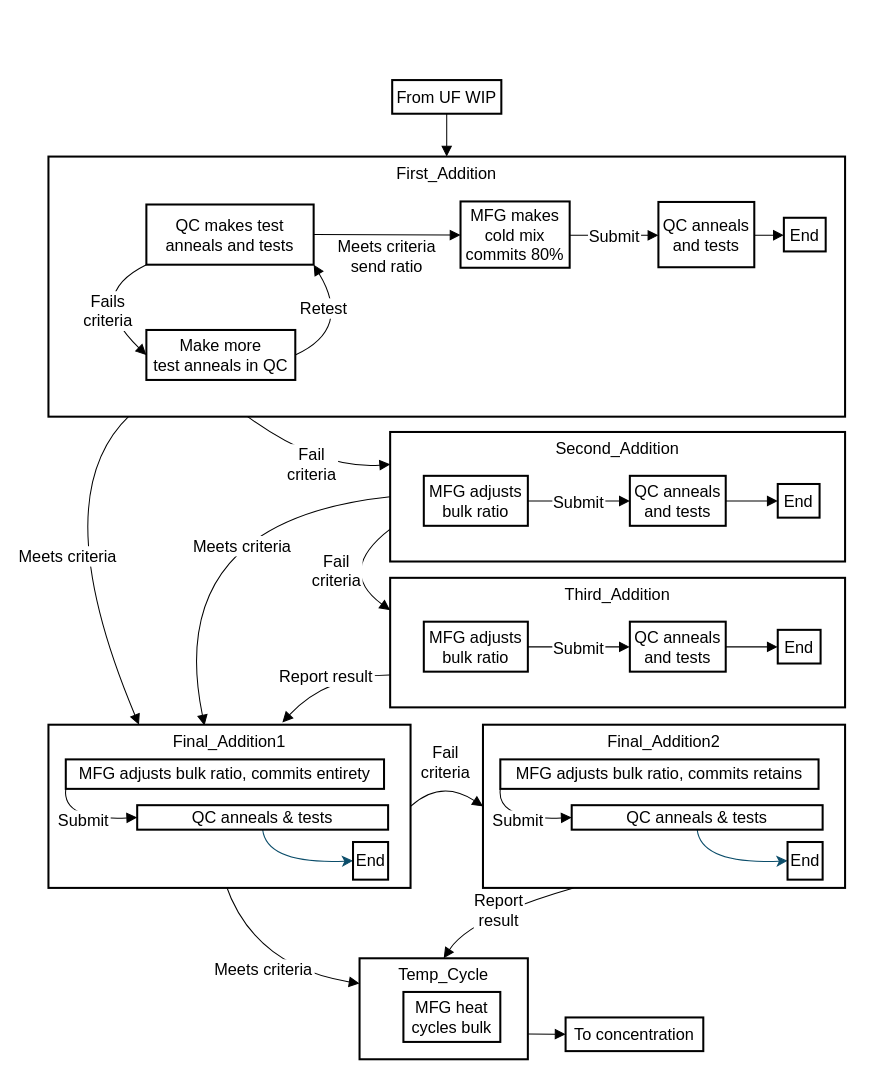
Earlier version of the draw.io diagram Flows.drawio (jeffspc88mx/MiscStuff). Source tidied: cells renumbered, new cells numbered last; positions are measured from the earlier drawing's top-left corner, leaving out a move shared by most shapes. Both pictures are drawn from the tidied source at 102%, with x=0, y=0 at pixel (43, 80).
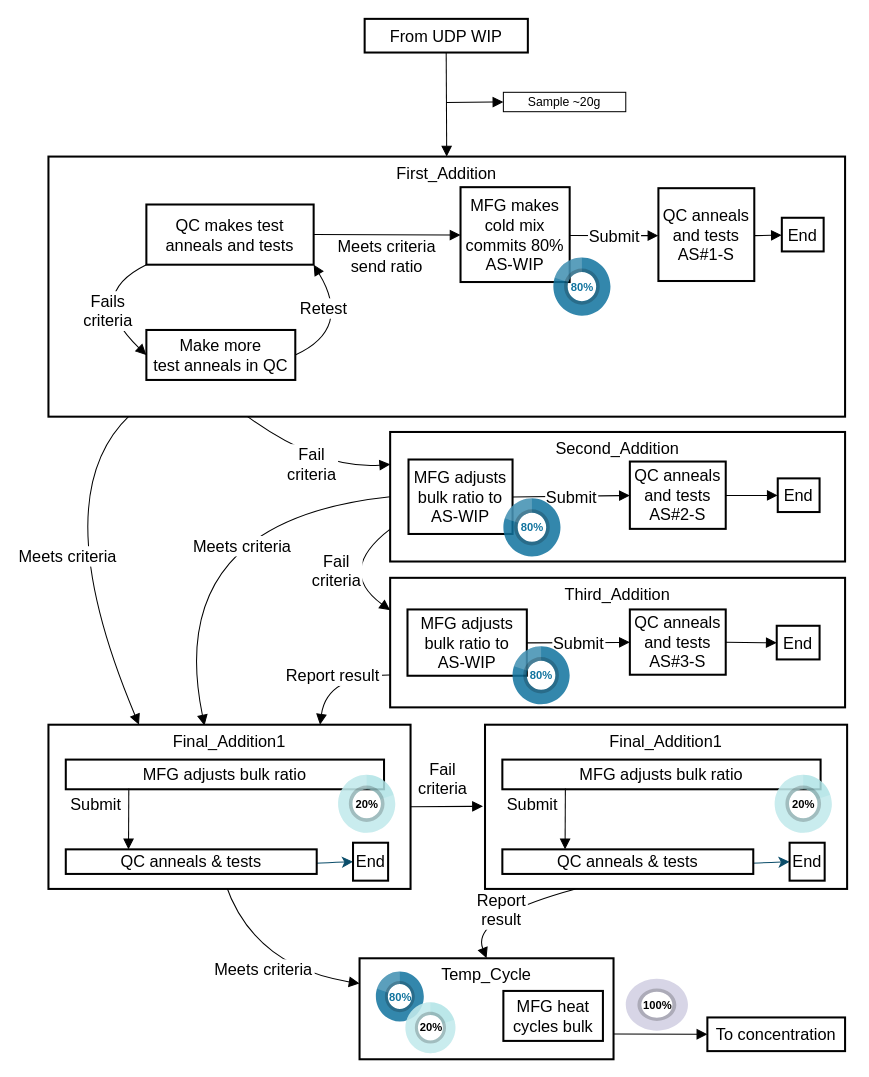
After the change.

The change refers to these unchanged cells:
```xml
<mxCell id="4" value="Third_Addition" style="whiteSpace=wrap;strokeWidth=2;verticalAlign=top;fontSize=16;" parent="1" vertex="1">
  <mxGeometry x="340" y="488" width="446" height="127" as="geometry" />
</mxCell>
<mxCell id="17" style="group;fontSize=16;" parent="1" vertex="1">
  <mxGeometry x="5" y="75" width="781" height="255" as="geometry" />
</mxCell>
```

Diff of the diagram source:
```diff
@@
     <mxCell id="2" value="Temp_Cycle" style="whiteSpace=wrap;strokeWidth=2;verticalAlign=top;fontSize=16;" parent="1" vertex="1">
-      <mxGeometry x="310" y="861" width="165" height="99" as="geometry" />
+      <mxGeometry x="310" y="861" width="249" height="99" as="geometry" />
     </mxCell>
     <mxCell id="3" value="MFG heat&#10;cycles bulk" style="whiteSpace=wrap;strokeWidth=2;fontSize=16;" parent="2" vertex="1">
-      <mxGeometry x="43" y="33" width="95" height="49" as="geometry" />
+      <mxGeometry x="141" y="32" width="97.6" height="49" as="geometry" />
     </mxCell>
+    <mxCell id="54" value="80%" style="verticalLabelPosition=middle;verticalAlign=middle;html=1;shape=mxgraph.infographic.partConcEllipse;fillColor=#10739E;strokeColor=default;startAngle=0;endAngle=.8;arcWidth=0.5;fontSize=11;fontColor=#10739E;align=center;fontStyle=1;perimeterSpacing=0;strokeWidth=0;shadow=0;fillOpacity=85;strokeOpacity=0;" parent="2" vertex="1">
+      <mxGeometry x="16" y="13" width="47" height="49" as="geometry" />
+    </mxCell>
+    <mxCell id="55" value="20%" style="verticalLabelPosition=middle;verticalAlign=middle;html=1;shape=mxgraph.infographic.partConcEllipse;fillColor=#b0e3e6;strokeColor=#0e8088;startAngle=0;endAngle=0.20;arcWidth=0.5;fontSize=11;align=center;fontStyle=1;perimeterSpacing=0;strokeWidth=0;shadow=0;fillOpacity=85;strokeOpacity=0;" parent="2" vertex="1">
+      <mxGeometry x="45" y="43" width="49" height="50" as="geometry" />
+    </mxCell>
@@
-    <mxCell id="6" value="From UF WIP" style="whiteSpace=wrap;strokeWidth=2;fontSize=16;" parent="1" vertex="1">
-      <mxGeometry x="342" width="107" height="33" as="geometry" />
+    <mxCell id="6" value="From UDP WIP" style="whiteSpace=wrap;strokeWidth=2;fontSize=16;" parent="1" vertex="1">
+      <mxGeometry x="315" y="-60" width="160" height="33" as="geometry" />
     </mxCell>
     <mxCell id="7" value="To concentration" style="whiteSpace=wrap;strokeWidth=2;fontSize=16;" parent="1" vertex="1">
-      <mxGeometry x="512" y="919" width="135" height="33" as="geometry" />
+      <mxGeometry x="651" y="919" width="135" height="33" as="geometry" />
     </mxCell>
@@
-    <mxCell id="12" value="Report result" style="curved=1;startArrow=none;endArrow=block;exitX=0;exitY=0.75;entryX=0.646;entryY=-0.014;rounded=0;fontSize=16;startSize=8;endSize=8;exitDx=0;exitDy=0;entryDx=0;entryDy=0;entryPerimeter=0;" parent="1" edge="1" source="4" target="47">
+    <mxCell id="12" value="Report result" style="curved=1;startArrow=none;endArrow=block;exitX=0;exitY=0.75;entryX=0.75;entryY=0;rounded=0;fontSize=16;startSize=8;endSize=8;exitDx=0;exitDy=0;entryDx=0;entryDy=0;" parent="1" edge="1" source="4" target="47">
       <mxGeometry relative="1" as="geometry">
         <Array as="points">
           <mxPoint x="278" y="583" />
         </Array>
       </mxGeometry>
     </mxCell>
@@
-    <mxCell id="14" value="Fail&#10;criteria" style="curved=1;startArrow=none;endArrow=block;exitX=1;exitY=0.5;entryX=0;entryY=0.5;rounded=0;fontSize=16;startSize=8;endSize=8;exitDx=0;exitDy=0;entryDx=0;entryDy=0;" parent="1" edge="1" source="47" target="40">
-      <mxGeometry x="-0.1" y="18" relative="1" as="geometry">
-        <Array as="points">
-          <mxPoint x="390" y="685" />
-        </Array>
-        <mxPoint x="-5" y="-2" as="offset" />
+    <mxCell id="14" value="Fail&#10;criteria" style="curved=1;startArrow=none;endArrow=block;exitX=1;exitY=0.5;entryX=0;entryY=0.5;rounded=0;fontSize=16;startSize=8;endSize=8;exitDx=0;exitDy=0;entryDx=0;entryDy=0;" parent="1" edge="1" source="47">
+      <mxGeometry x="-0.09" y="28" relative="1" as="geometry">
+        <mxPoint x="431" y="712" as="targetPoint" />
       </mxGeometry>
     </mxCell>
-    <mxCell id="15" value="Report&#10;result" style="curved=1;startArrow=none;endArrow=block;exitX=0.25;exitY=1;entryX=0.5;entryY=0;rounded=0;fontSize=16;startSize=8;endSize=8;exitDx=0;exitDy=0;entryDx=0;entryDy=0;fontColor=default;" parent="1" edge="1" source="40" target="2">
+    <mxCell id="15" value="Report&#10;result" style="curved=1;startArrow=none;endArrow=block;exitX=0.25;exitY=1;entryX=0.5;entryY=0;rounded=0;fontSize=16;startSize=8;endSize=8;exitDx=0;exitDy=0;entryDx=0;entryDy=0;fontColor=default;" parent="1" edge="1" source="63" target="2">
       <mxGeometry relative="1" as="geometry">
         <Array as="points">
           <mxPoint x="419" y="821" />
         </Array>
       </mxGeometry>
     </mxCell>
@@
-    <mxCell id="21" value="MFG makes&#10;cold mix&#10;commits 80%" style="whiteSpace=wrap;strokeWidth=2;fontSize=16;" parent="17" vertex="1">
-      <mxGeometry x="404" y="44" width="107" height="65" as="geometry" />
+    <mxCell id="21" value="MFG makes&#10;cold mix&#10;commits 80%&#10;AS-WIP" style="whiteSpace=wrap;strokeWidth=2;fontSize=16;verticalAlign=middle;" parent="17" vertex="1">
+      <mxGeometry x="404" y="30" width="107" height="93" as="geometry" />
     </mxCell>
-    <mxCell id="22" value="QC anneals&#10;and tests" style="whiteSpace=wrap;strokeWidth=2;fontSize=16;" parent="17" vertex="1">
-      <mxGeometry x="598" y="44.5" width="94" height="64" as="geometry" />
+    <mxCell id="22" value="QC anneals&#10;and tests&#10;AS#1-S" style="whiteSpace=wrap;strokeWidth=2;fontSize=16;" parent="17" vertex="1">
+      <mxGeometry x="598" y="31" width="94" height="91" as="geometry" />
     </mxCell>
     <mxCell id="23" value="End" style="whiteSpace=wrap;strokeWidth=2;fontSize=16;" parent="17" vertex="1">
-      <mxGeometry x="721" y="60" width="41" height="33" as="geometry" />
+      <mxGeometry x="719" y="60" width="41" height="33" as="geometry" />
     </mxCell>
@@
+    <mxCell id="56" value="80%" style="verticalLabelPosition=middle;verticalAlign=middle;html=1;shape=mxgraph.infographic.partConcEllipse;fillColor=#10739E;strokeColor=default;startAngle=0;endAngle=.8;arcWidth=0.5;fontSize=11;fontColor=#10739E;align=center;fontStyle=1;perimeterSpacing=0;strokeWidth=0;shadow=0;fillOpacity=85;strokeOpacity=0;" parent="17" vertex="1">
+      <mxGeometry x="495" y="99" width="56" height="57" as="geometry" />
+    </mxCell>
-    <mxCell id="29" value="MFG adjusts&#10;bulk ratio" style="whiteSpace=wrap;strokeWidth=2;fontSize=16;" parent="1" vertex="1">
-      <mxGeometry x="373" y="388" width="102" height="49" as="geometry" />
+    <mxCell id="29" value="MFG adjusts&#10;bulk ratio to AS-WIP" style="whiteSpace=wrap;strokeWidth=2;fontSize=16;" parent="1" vertex="1">
+      <mxGeometry x="358" y="372" width="102" height="73" as="geometry" />
     </mxCell>
-    <mxCell id="30" value="QC anneals&#10;and tests" style="whiteSpace=wrap;strokeWidth=2;fontSize=16;" parent="1" vertex="1">
-      <mxGeometry x="575" y="388" width="94" height="49" as="geometry" />
+    <mxCell id="30" value="QC anneals&#10;and tests&#10;AS#2-S" style="whiteSpace=wrap;strokeWidth=2;fontSize=16;" parent="1" vertex="1">
+      <mxGeometry x="575" y="374" width="94" height="66" as="geometry" />
     </mxCell>
     <mxCell id="31" value="End" style="whiteSpace=wrap;strokeWidth=2;fontSize=16;" parent="1" vertex="1">
-      <mxGeometry x="720" y="396" width="41" height="33" as="geometry" />
+      <mxGeometry x="720" y="390.5" width="41" height="33" as="geometry" />
     </mxCell>
@@
-    <mxCell id="34" value="MFG adjusts&#10;bulk ratio" style="whiteSpace=wrap;strokeWidth=2;fontSize=16;" parent="1" vertex="1">
-      <mxGeometry x="373" y="531" width="102" height="49" as="geometry" />
+    <mxCell id="34" value="MFG adjusts&#10;bulk ratio to &#10;AS-WIP" style="whiteSpace=wrap;strokeWidth=2;fontSize=16;" parent="1" vertex="1">
+      <mxGeometry x="357" y="519" width="117" height="65" as="geometry" />
     </mxCell>
-    <mxCell id="35" value="QC anneals&#10;and tests" style="whiteSpace=wrap;strokeWidth=2;fontSize=16;" parent="1" vertex="1">
-      <mxGeometry x="575" y="531" width="94" height="49" as="geometry" />
+    <mxCell id="35" value="QC anneals&#10;and tests&#10;AS#3-S" style="whiteSpace=wrap;strokeWidth=2;fontSize=16;" parent="1" vertex="1">
+      <mxGeometry x="575" y="519" width="94" height="64" as="geometry" />
     </mxCell>
     <mxCell id="36" value="End" style="whiteSpace=wrap;strokeWidth=2;fontSize=16;" parent="1" vertex="1">
-      <mxGeometry x="720" y="539" width="42" height="33" as="geometry" />
+      <mxGeometry x="719" y="535" width="42" height="33" as="geometry" />
     </mxCell>
@@
-    <mxCell id="39" style="group;fontSize=16;" parent="1" vertex="1">
-      <mxGeometry x="431" y="632" width="355" height="160" as="geometry" />
-    </mxCell>
-    <mxCell id="40" value="Final_Addition2" style="whiteSpace=wrap;strokeWidth=2;verticalAlign=top;fontSize=16;" parent="39" vertex="1">
-      <mxGeometry width="355" height="160" as="geometry" />
-    </mxCell>
-    <mxCell id="41" style="edgeStyle=none;curved=1;rounded=0;jettySize=auto;html=1;exitX=0.5;exitY=1;exitDx=0;exitDy=0;strokeColor=#0B4D6A;fontSize=16;startSize=8;endSize=8;entryX=0;entryY=0.5;entryDx=0;entryDy=0;" parent="39" edge="1" source="42" target="44">
-      <mxGeometry relative="1" as="geometry">
-        <Array as="points">
-          <mxPoint x="214" y="137" />
-        </Array>
-      </mxGeometry>
-    </mxCell>
-    <mxCell id="42" value="QC anneals &amp; tests" style="whiteSpace=wrap;strokeWidth=2;fontSize=16;" parent="39" vertex="1">
-      <mxGeometry x="87" y="78.9" width="246" height="24" as="geometry" />
-    </mxCell>
-    <mxCell id="43" value="MFG adjusts bulk ratio, commits retains" style="whiteSpace=wrap;strokeWidth=2;fontSize=16;" parent="39" vertex="1">
-      <mxGeometry x="17" y="34" width="312" height="28.9" as="geometry" />
-    </mxCell>
-    <mxCell id="44" value="End" style="whiteSpace=wrap;strokeWidth=2;fontSize=16;" parent="39" vertex="1">
-      <mxGeometry x="298.6" y="115" width="34.4" height="36.9" as="geometry" />
-    </mxCell>
-    <mxCell id="45" value="Submit" style="curved=1;startArrow=none;endArrow=block;exitX=0;exitY=1;entryX=0.0015459263578374335;entryY=0.5040816482232542;rounded=0;fontSize=16;startSize=8;endSize=8;exitDx=0;exitDy=0;" parent="39" edge="1" source="43" target="42">
-      <mxGeometry relative="1" as="geometry">
-        <Array as="points">
-          <mxPoint x="13" y="94" />
-        </Array>
-      </mxGeometry>
-    </mxCell>
     <mxCell id="46" style="group;fontSize=16;" parent="1" vertex="1">
-      <mxGeometry x="5" y="632" width="360" height="160" as="geometry" />
+      <mxGeometry x="5" y="632" width="360" height="161" as="geometry" />
     </mxCell>
     <mxCell id="47" value="Final_Addition1" style="whiteSpace=wrap;strokeWidth=2;verticalAlign=top;fontSize=16;" parent="46" vertex="1">
-      <mxGeometry width="355" height="160" as="geometry" />
+      <mxGeometry width="355" height="161" as="geometry" />
     </mxCell>
-    <mxCell id="48" style="edgeStyle=none;curved=1;rounded=0;jettySize=auto;html=1;exitX=0.5;exitY=1;exitDx=0;exitDy=0;strokeColor=#0B4D6A;fontSize=16;startSize=8;endSize=8;entryX=0;entryY=0.5;entryDx=0;entryDy=0;" parent="46" edge="1" source="49" target="51">
+    <mxCell id="48" style="edgeStyle=none;curved=1;rounded=0;jettySize=auto;html=1;exitX=1;exitY=0.5;exitDx=0;exitDy=0;strokeColor=#0B4D6A;fontSize=16;startSize=8;endSize=8;entryX=0;entryY=0.5;entryDx=0;entryDy=0;" parent="46" edge="1" source="49" target="51">
       <mxGeometry relative="1" as="geometry">
         <Array as="points">
-          <mxPoint x="214" y="137" />
+          <mxPoint x="214" y="137.9" />
         </Array>
       </mxGeometry>
     </mxCell>
     <mxCell id="49" value="QC anneals &amp; tests" style="whiteSpace=wrap;strokeWidth=2;fontSize=16;" parent="46" vertex="1">
-      <mxGeometry x="87" y="78.9" width="246" height="24" as="geometry" />
+      <mxGeometry x="17" y="122.2" width="246" height="24.1" as="geometry" />
     </mxCell>
-    <mxCell id="50" value="MFG adjusts bulk ratio, commits entirety" style="whiteSpace=wrap;strokeWidth=2;fontSize=16;" parent="46" vertex="1">
-      <mxGeometry x="17" y="34" width="312" height="28.9" as="geometry" />
+    <mxCell id="50" value="MFG adjusts bulk ratio" style="whiteSpace=wrap;strokeWidth=2;fontSize=16;" parent="46" vertex="1">
+      <mxGeometry x="17" y="34.2" width="312" height="29.1" as="geometry" />
     </mxCell>
     <mxCell id="51" value="End" style="whiteSpace=wrap;strokeWidth=2;fontSize=16;" parent="46" vertex="1">
-      <mxGeometry x="298.6" y="115" width="34.4" height="36.9" as="geometry" />
+      <mxGeometry x="298.6" y="115.7" width="34.4" height="37.2" as="geometry" />
     </mxCell>
-    <mxCell id="52" value="Submit" style="curved=1;startArrow=none;endArrow=block;exitX=0;exitY=1;entryX=0.0015459263578374335;entryY=0.5040816482232542;rounded=0;fontSize=16;startSize=8;endSize=8;exitDx=0;exitDy=0;" parent="46" edge="1" source="50" target="49">
-      <mxGeometry relative="1" as="geometry">
-        <Array as="points">
-          <mxPoint x="13" y="94" />
-        </Array>
-      </mxGeometry>
+    <mxCell id="52" value="Submit" style="curved=1;startArrow=none;endArrow=block;entryX=0.25;entryY=0;rounded=0;fontSize=16;startSize=8;endSize=8;entryDx=0;entryDy=0;exitX=0.198;exitY=0.974;exitDx=0;exitDy=0;exitPerimeter=0;" parent="46" edge="1" source="50" target="49">
+      <mxGeometry x="-0.5" y="-32" relative="1" as="geometry" />
     </mxCell>
+    <mxCell id="57" value="20%" style="verticalLabelPosition=middle;verticalAlign=middle;html=1;shape=mxgraph.infographic.partConcEllipse;fillColor=#b0e3e6;strokeColor=#0e8088;startAngle=0;endAngle=0.20;arcWidth=0.5;fontSize=11;align=center;fontStyle=1;perimeterSpacing=0;strokeWidth=0;shadow=0;fillOpacity=85;strokeOpacity=0;" parent="46" vertex="1">
+      <mxGeometry x="284" y="49" width="56" height="57" as="geometry" />
+    </mxCell>
@@
+    <mxCell id="58" value="Sample ~20g" style="rounded=0;whiteSpace=wrap;html=1;" parent="1" vertex="1">
+      <mxGeometry x="451" y="12" width="120" height="19" as="geometry" />
+    </mxCell>
+    <mxCell id="59" style="curved=1;startArrow=none;endArrow=block;entryX=0;entryY=0.5;rounded=0;fontSize=16;startSize=8;endSize=8;entryDx=0;entryDy=0;" parent="1" edge="1" target="58">
+      <mxGeometry relative="1" as="geometry">
+        <mxPoint x="395" y="22" as="sourcePoint" />
+      </mxGeometry>
+    </mxCell>
+    <mxCell id="60" value="80%" style="verticalLabelPosition=middle;verticalAlign=middle;html=1;shape=mxgraph.infographic.partConcEllipse;fillColor=#10739E;strokeColor=default;startAngle=0;endAngle=.8;arcWidth=0.5;fontSize=11;fontColor=#10739E;align=center;fontStyle=1;perimeterSpacing=0;strokeWidth=0;shadow=0;fillOpacity=85;strokeOpacity=0;" parent="1" vertex="1">
+      <mxGeometry x="451" y="410" width="56" height="57" as="geometry" />
+    </mxCell>
+    <mxCell id="61" value="80%" style="verticalLabelPosition=middle;verticalAlign=middle;html=1;shape=mxgraph.infographic.partConcEllipse;fillColor=#10739E;strokeColor=default;startAngle=0;endAngle=.8;arcWidth=0.5;fontSize=11;fontColor=#10739E;align=center;fontStyle=1;perimeterSpacing=0;strokeWidth=0;shadow=0;fillOpacity=85;strokeOpacity=0;" parent="1" vertex="1">
+      <mxGeometry x="460" y="555" width="56" height="57" as="geometry" />
+    </mxCell>
+    <mxCell id="62" style="group;fontSize=16;" parent="1" vertex="1">
+      <mxGeometry x="433" y="632" width="360" height="161" as="geometry" />
+    </mxCell>
+    <mxCell id="63" value="Final_Addition1" style="whiteSpace=wrap;strokeWidth=2;verticalAlign=top;fontSize=16;" parent="62" vertex="1">
+      <mxGeometry width="355" height="161" as="geometry" />
+    </mxCell>
+    <mxCell id="41" style="edgeStyle=none;curved=1;rounded=0;jettySize=auto;html=1;exitX=1;exitY=0.5;exitDx=0;exitDy=0;strokeColor=#0B4D6A;fontSize=16;startSize=8;endSize=8;entryX=0;entryY=0.5;entryDx=0;entryDy=0;" parent="62" edge="1" source="42" target="44">
+      <mxGeometry relative="1" as="geometry">
+        <Array as="points">
+          <mxPoint x="214" y="137.9" />
+        </Array>
+      </mxGeometry>
+    </mxCell>
+    <mxCell id="42" value="QC anneals &amp; tests" style="whiteSpace=wrap;strokeWidth=2;fontSize=16;" parent="62" vertex="1">
+      <mxGeometry x="17" y="122.2" width="246" height="24.1" as="geometry" />
+    </mxCell>
+    <mxCell id="64" value="MFG adjusts bulk ratio" style="whiteSpace=wrap;strokeWidth=2;fontSize=16;" parent="62" vertex="1">
+      <mxGeometry x="17" y="34.2" width="312" height="29.1" as="geometry" />
+    </mxCell>
+    <mxCell id="44" value="End" style="whiteSpace=wrap;strokeWidth=2;fontSize=16;" parent="62" vertex="1">
+      <mxGeometry x="298.6" y="115.7" width="34.4" height="37.2" as="geometry" />
+    </mxCell>
+    <mxCell id="45" value="Submit" style="curved=1;startArrow=none;endArrow=block;entryX=0.25;entryY=0;rounded=0;fontSize=16;startSize=8;endSize=8;entryDx=0;entryDy=0;exitX=0.198;exitY=0.974;exitDx=0;exitDy=0;exitPerimeter=0;" parent="62" edge="1" source="64" target="42">
+      <mxGeometry x="-0.5" y="-32" relative="1" as="geometry" />
+    </mxCell>
+    <mxCell id="65" value="20%" style="verticalLabelPosition=middle;verticalAlign=middle;html=1;shape=mxgraph.infographic.partConcEllipse;fillColor=#b0e3e6;strokeColor=#0e8088;startAngle=0;endAngle=0.20;arcWidth=0.5;fontSize=11;align=center;fontStyle=1;perimeterSpacing=0;strokeWidth=0;shadow=0;fillOpacity=85;strokeOpacity=0;" parent="62" vertex="1">
+      <mxGeometry x="284" y="49" width="56" height="57" as="geometry" />
+    </mxCell>
+    <mxCell id="66" value="100%" style="verticalLabelPosition=middle;verticalAlign=middle;html=1;shape=mxgraph.infographic.partConcEllipse;fillColor=#d0cee2;strokeColor=#56517e;startAngle=0;endAngle=1;arcWidth=0.5;fontSize=11;align=center;fontStyle=1;perimeterSpacing=0;strokeWidth=0;shadow=0;fillOpacity=85;strokeOpacity=0;" parent="1" vertex="1">
+      <mxGeometry x="571" y="881" width="61" height="51" as="geometry" />
+    </mxCell>
```
